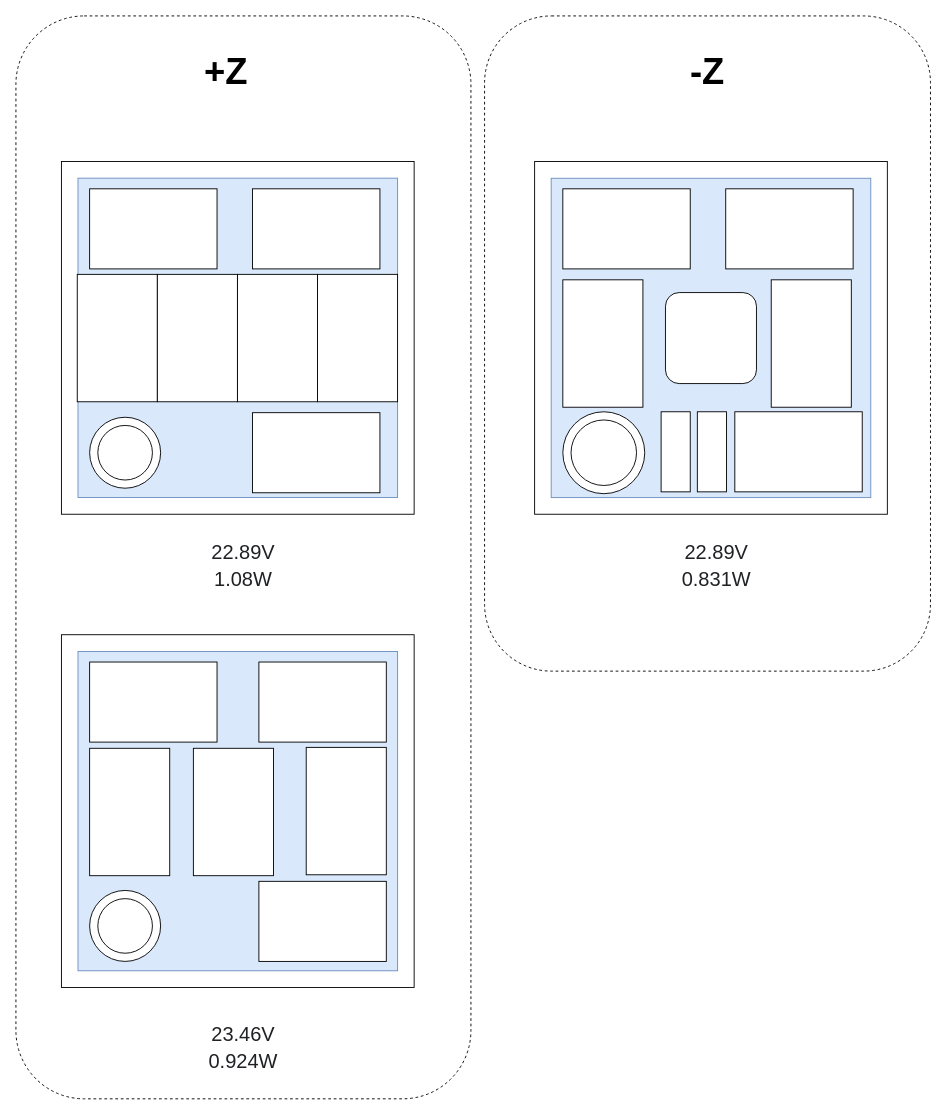
The draw.io diagram page "Z" (2 of 3) of trades/solar_panel_arrangement/Solar Panel Arrangement.drawio in stanford-ssi/sapling-systems, before the edit. Source tidied: cells renumbered, new cells numbered last; positions are measured from the earlier drawing's top-left corner, leaving out a move shared by most shapes. Both pictures are drawn from the tidied source at 91%, with x=0, y=0 at pixel (15, 15).
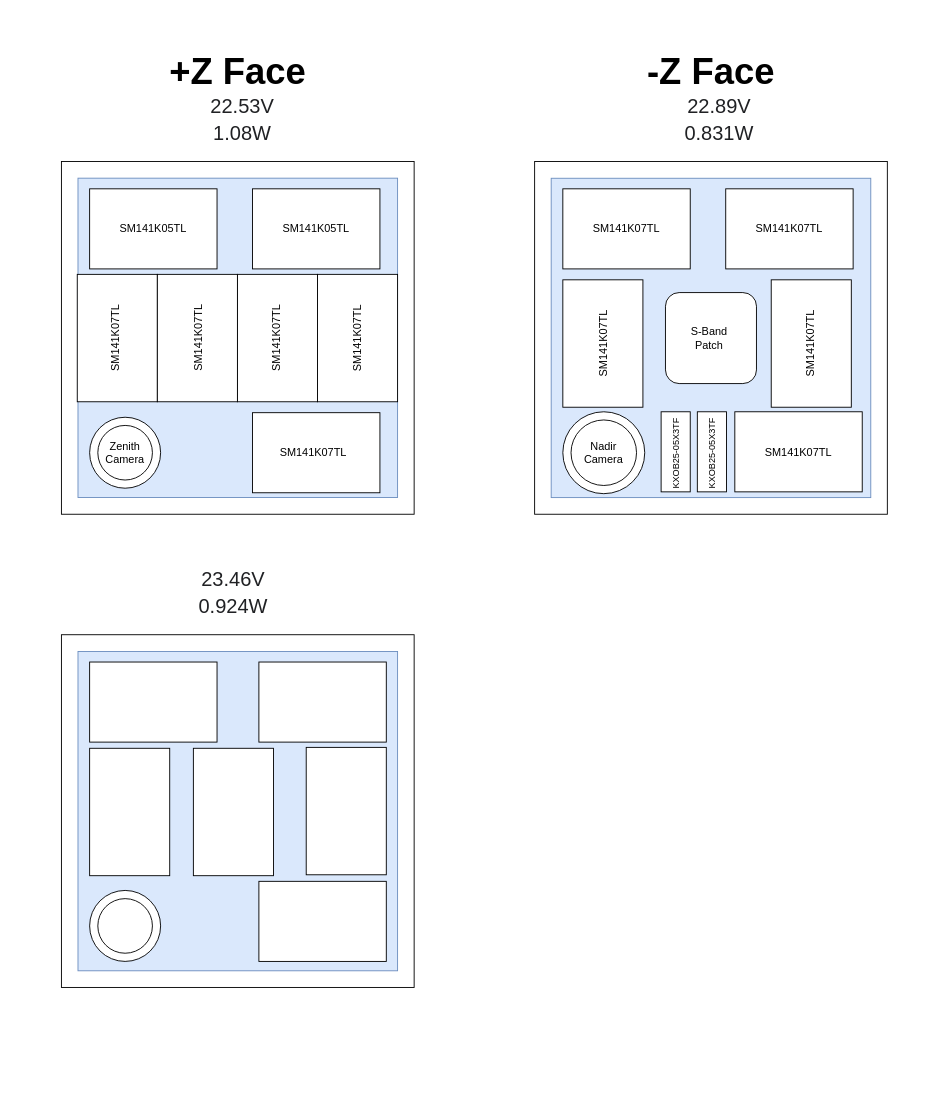
After the change.

Diff of the diagram source:
```diff
@@
-    <mxCell id="2" style="rounded=1;whiteSpace=wrap;html=1;fontSize=29;fillColor=none;align=left;dashed=1;" parent="1" vertex="1">
-      <mxGeometry x="515" width="490" height="720" as="geometry" />
-    </mxCell>
-    <mxCell id="3" style="rounded=1;whiteSpace=wrap;html=1;fontSize=29;fillColor=none;align=left;dashed=1;" parent="1" vertex="1">
-      <mxGeometry width="500" height="1190" as="geometry" />
-    </mxCell>
@@
-    <mxCell id="27" value="&lt;span style=&quot;color: rgb(32 , 33 , 36) ; font-family: &amp;#34;arial&amp;#34; , sans-serif ; background-color: rgb(255 , 255 , 255)&quot;&gt;&lt;font style=&quot;font-size: 22px&quot;&gt;22.89V&lt;/font&gt;&lt;/span&gt;" style="text;html=1;strokeColor=none;fillColor=none;align=center;verticalAlign=middle;whiteSpace=wrap;rounded=0;" parent="1" vertex="1">
-      <mxGeometry x="229.5" y="580" width="40" height="20" as="geometry" />
+    <mxCell id="27" value="&lt;font color=&quot;#202124&quot; face=&quot;arial, sans-serif&quot;&gt;&lt;span style=&quot;font-size: 22px&quot;&gt;22.53V&lt;/span&gt;&lt;/font&gt;" style="text;html=1;strokeColor=none;fillColor=none;align=center;verticalAlign=middle;whiteSpace=wrap;rounded=0;" parent="1" vertex="1">
+      <mxGeometry x="229" y="90" width="40" height="20" as="geometry" />
     </mxCell>
     <mxCell id="28" value="&lt;span style=&quot;color: rgb(32 , 33 , 36) ; font-family: &amp;#34;arial&amp;#34; , sans-serif ; background-color: rgb(255 , 255 , 255)&quot;&gt;&lt;font style=&quot;font-size: 22px&quot;&gt;1.08W&lt;/font&gt;&lt;/span&gt;" style="text;html=1;strokeColor=none;fillColor=none;align=center;verticalAlign=middle;whiteSpace=wrap;rounded=0;" parent="1" vertex="1">
-      <mxGeometry x="229.5" y="610" width="40" height="20" as="geometry" />
+      <mxGeometry x="229" y="120" width="40" height="20" as="geometry" />
     </mxCell>
     <mxCell id="29" value="&lt;span style=&quot;color: rgb(32 , 33 , 36) ; font-family: &amp;#34;arial&amp;#34; , sans-serif ; background-color: rgb(255 , 255 , 255)&quot;&gt;&lt;font style=&quot;font-size: 22px&quot;&gt;22.89V&lt;/font&gt;&lt;/span&gt;" style="text;html=1;strokeColor=none;fillColor=none;align=center;verticalAlign=middle;whiteSpace=wrap;rounded=0;" parent="1" vertex="1">
-      <mxGeometry x="750" y="580" width="40" height="20" as="geometry" />
+      <mxGeometry x="752.6" y="90" width="40" height="20" as="geometry" />
     </mxCell>
     <mxCell id="30" value="&lt;span style=&quot;color: rgb(32 , 33 , 36) ; font-family: &amp;#34;arial&amp;#34; , sans-serif ; background-color: rgb(255 , 255 , 255)&quot;&gt;&lt;font style=&quot;font-size: 22px&quot;&gt;0.831W&lt;/font&gt;&lt;/span&gt;" style="text;html=1;strokeColor=none;fillColor=none;align=center;verticalAlign=middle;whiteSpace=wrap;rounded=0;" parent="1" vertex="1">
-      <mxGeometry x="750" y="610" width="40" height="20" as="geometry" />
+      <mxGeometry x="752.6" y="120" width="40" height="20" as="geometry" />
     </mxCell>
     <mxCell id="31" value="&lt;span style=&quot;color: rgb(32 , 33 , 36) ; font-family: &amp;#34;arial&amp;#34; , sans-serif ; background-color: rgb(255 , 255 , 255)&quot;&gt;&lt;font style=&quot;font-size: 22px&quot;&gt;23.46V&lt;/font&gt;&lt;/span&gt;" style="text;html=1;strokeColor=none;fillColor=none;align=center;verticalAlign=middle;whiteSpace=wrap;rounded=0;" parent="1" vertex="1">
-      <mxGeometry x="229.5" y="1110" width="40" height="20" as="geometry" />
+      <mxGeometry x="219" y="610" width="40" height="20" as="geometry" />
     </mxCell>
     <mxCell id="32" value="&lt;span style=&quot;color: rgb(32 , 33 , 36) ; font-family: &amp;#34;arial&amp;#34; , sans-serif ; background-color: rgb(255 , 255 , 255)&quot;&gt;&lt;font style=&quot;font-size: 22px&quot;&gt;0.924W&lt;/font&gt;&lt;/span&gt;" style="text;html=1;strokeColor=none;fillColor=none;align=center;verticalAlign=middle;whiteSpace=wrap;rounded=0;" parent="1" vertex="1">
-      <mxGeometry x="229.5" y="1140" width="40" height="20" as="geometry" />
+      <mxGeometry x="219" y="640" width="40" height="20" as="geometry" />
     </mxCell>
@@
-    <mxCell id="43" value="&lt;b style=&quot;font-size: 40px&quot;&gt;&lt;font style=&quot;font-size: 40px&quot;&gt;+Z&lt;/font&gt;&lt;/b&gt;" style="text;html=1;strokeColor=none;fillColor=none;align=center;verticalAlign=middle;whiteSpace=wrap;rounded=0;fontSize=40;" parent="1" vertex="1">
-      <mxGeometry x="131.4" y="50" width="200" height="20" as="geometry" />
+    <mxCell id="43" value="&lt;b style=&quot;font-size: 40px&quot;&gt;&lt;font style=&quot;font-size: 40px&quot;&gt;+Z Face&lt;/font&gt;&lt;/b&gt;" style="text;html=1;strokeColor=none;fillColor=none;align=center;verticalAlign=middle;whiteSpace=wrap;rounded=0;fontSize=40;" parent="1" vertex="1">
+      <mxGeometry x="143.8" y="50" width="200" height="20" as="geometry" />
     </mxCell>
-    <mxCell id="44" value="&lt;b style=&quot;font-size: 40px&quot;&gt;&lt;font style=&quot;font-size: 40px&quot;&gt;-Z&lt;/font&gt;&lt;/b&gt;" style="text;html=1;strokeColor=none;fillColor=none;align=center;verticalAlign=middle;whiteSpace=wrap;rounded=0;fontSize=40;" parent="1" vertex="1">
-      <mxGeometry x="660" y="50" width="200" height="20" as="geometry" />
+    <mxCell id="44" value="&lt;b style=&quot;font-size: 40px&quot;&gt;&lt;font style=&quot;font-size: 40px&quot;&gt;-Z Face&lt;/font&gt;&lt;/b&gt;" style="text;html=1;strokeColor=none;fillColor=none;align=center;verticalAlign=middle;whiteSpace=wrap;rounded=0;fontSize=40;" parent="1" vertex="1">
+      <mxGeometry x="663.8" y="50" width="200" height="20" as="geometry" />
     </mxCell>
+    <mxCell id="45" value="SM141K05TL" style="text;html=1;strokeColor=none;fillColor=none;align=center;verticalAlign=middle;whiteSpace=wrap;rounded=0;" parent="1" vertex="1">
+      <mxGeometry x="131" y="224" width="40" height="20" as="geometry" />
+    </mxCell>
+    <mxCell id="46" value="SM141K05TL" style="text;html=1;strokeColor=none;fillColor=none;align=center;verticalAlign=middle;whiteSpace=wrap;rounded=0;" parent="1" vertex="1">
+      <mxGeometry x="310" y="224" width="40" height="20" as="geometry" />
+    </mxCell>
+    <mxCell id="47" value="SM141K07TL" style="text;html=1;strokeColor=none;fillColor=none;align=center;verticalAlign=middle;whiteSpace=wrap;rounded=0;horizontal=0;" parent="1" vertex="1">
+      <mxGeometry x="90" y="344" width="40" height="20" as="geometry" />
+    </mxCell>
+    <mxCell id="48" value="SM141K07TL" style="text;html=1;strokeColor=none;fillColor=none;align=center;verticalAlign=middle;whiteSpace=wrap;rounded=0;horizontal=0;" parent="1" vertex="1">
+      <mxGeometry x="181" y="343.8" width="40" height="20" as="geometry" />
+    </mxCell>
+    <mxCell id="49" value="SM141K07TL" style="text;html=1;strokeColor=none;fillColor=none;align=center;verticalAlign=middle;whiteSpace=wrap;rounded=0;horizontal=0;" parent="1" vertex="1">
+      <mxGeometry x="267" y="344" width="40" height="20" as="geometry" />
+    </mxCell>
+    <mxCell id="50" value="SM141K07TL" style="text;html=1;strokeColor=none;fillColor=none;align=center;verticalAlign=middle;whiteSpace=wrap;rounded=0;horizontal=0;" parent="1" vertex="1">
+      <mxGeometry x="355.4" y="343.8" width="40" height="20" as="geometry" />
+    </mxCell>
+    <mxCell id="51" value="SM141K07TL" style="text;html=1;strokeColor=none;fillColor=none;align=center;verticalAlign=middle;whiteSpace=wrap;rounded=0;horizontal=1;" parent="1" vertex="1">
+      <mxGeometry x="307" y="470" width="40" height="20" as="geometry" />
+    </mxCell>
+    <mxCell id="52" value="Zenith Camera" style="text;html=1;strokeColor=none;fillColor=none;align=center;verticalAlign=middle;whiteSpace=wrap;rounded=0;" parent="1" vertex="1">
+      <mxGeometry x="100" y="470" width="40" height="20" as="geometry" />
+    </mxCell>
+    <mxCell id="53" value="SM141K07TL" style="text;html=1;strokeColor=none;fillColor=none;align=center;verticalAlign=middle;whiteSpace=wrap;rounded=0;" parent="1" vertex="1">
+      <mxGeometry x="651" y="224" width="40" height="20" as="geometry" />
+    </mxCell>
+    <mxCell id="54" value="SM141K07TL" style="text;html=1;strokeColor=none;fillColor=none;align=center;verticalAlign=middle;whiteSpace=wrap;rounded=0;" parent="1" vertex="1">
+      <mxGeometry x="830" y="224" width="40" height="20" as="geometry" />
+    </mxCell>
+    <mxCell id="55" value="SM141K07TL" style="text;html=1;strokeColor=none;fillColor=none;align=center;verticalAlign=middle;whiteSpace=wrap;rounded=0;horizontal=0;" parent="1" vertex="1">
+      <mxGeometry x="626" y="350" width="40" height="20" as="geometry" />
+    </mxCell>
+    <mxCell id="56" value="SM141K07TL" style="text;html=1;strokeColor=none;fillColor=none;align=center;verticalAlign=middle;whiteSpace=wrap;rounded=0;horizontal=0;" parent="1" vertex="1">
+      <mxGeometry x="854" y="350" width="40" height="20" as="geometry" />
+    </mxCell>
+    <mxCell id="57" value="SM141K07TL" style="text;html=1;strokeColor=none;fillColor=none;align=center;verticalAlign=middle;whiteSpace=wrap;rounded=0;" parent="1" vertex="1">
+      <mxGeometry x="840" y="470" width="40" height="20" as="geometry" />
+    </mxCell>
+    <mxCell id="58" value="S-Band Patch" style="text;html=1;strokeColor=none;fillColor=none;align=center;verticalAlign=middle;whiteSpace=wrap;rounded=0;" parent="1" vertex="1">
+      <mxGeometry x="740" y="344" width="43.8" height="20" as="geometry" />
+    </mxCell>
+    <mxCell id="59" value="Nadir Camera" style="text;html=1;strokeColor=none;fillColor=none;align=center;verticalAlign=middle;whiteSpace=wrap;rounded=0;" parent="1" vertex="1">
+      <mxGeometry x="626" y="470" width="40" height="20" as="geometry" />
+    </mxCell>
+    <mxCell id="60" value="&lt;span style=&quot;font-size: 10px; font-family: arial;&quot;&gt;KXOB25-05X3TF&lt;/span&gt;" style="text;html=1;strokeColor=none;fillColor=none;align=center;verticalAlign=middle;whiteSpace=wrap;rounded=0;fontSize=10;horizontal=0;" parent="1" vertex="1">
+      <mxGeometry x="716" y="436" width="18" height="90" as="geometry" />
+    </mxCell>
+    <mxCell id="61" value="&lt;span style=&quot;font-size: 10px; font-family: arial;&quot;&gt;KXOB25-05X3TF&lt;/span&gt;" style="text;html=1;strokeColor=none;fillColor=none;align=center;verticalAlign=middle;whiteSpace=wrap;rounded=0;fontSize=10;horizontal=0;" parent="1" vertex="1">
+      <mxGeometry x="755.8" y="436" width="18" height="90" as="geometry" />
+    </mxCell>
```
